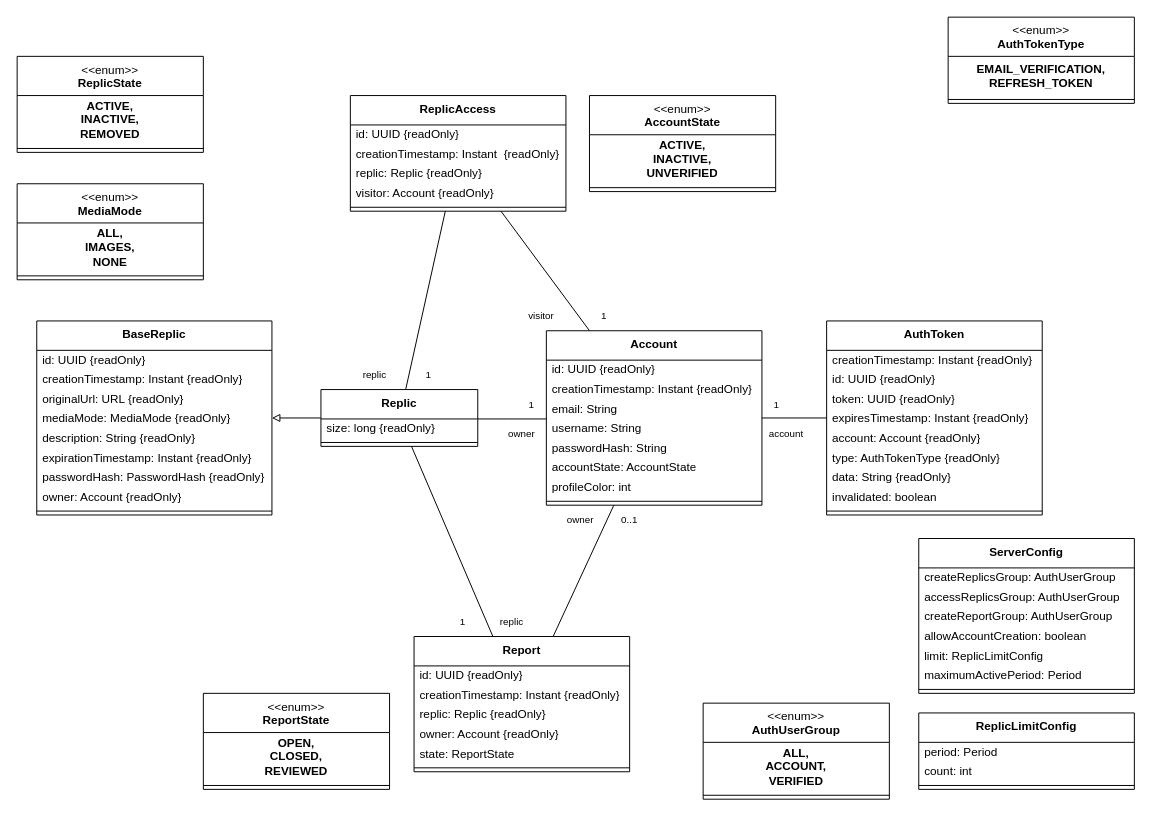
Above: content/drawio/class/server/domain-models.drawio in replic-read/design (draw.io), before the change. Source tidied: cells renumbered, new cells numbered last; positions are measured from the earlier drawing's top-left corner, leaving out a move shared by most shapes. Both pictures are drawn from the tidied source at 98%, with x=0, y=0 at pixel (17, 17).
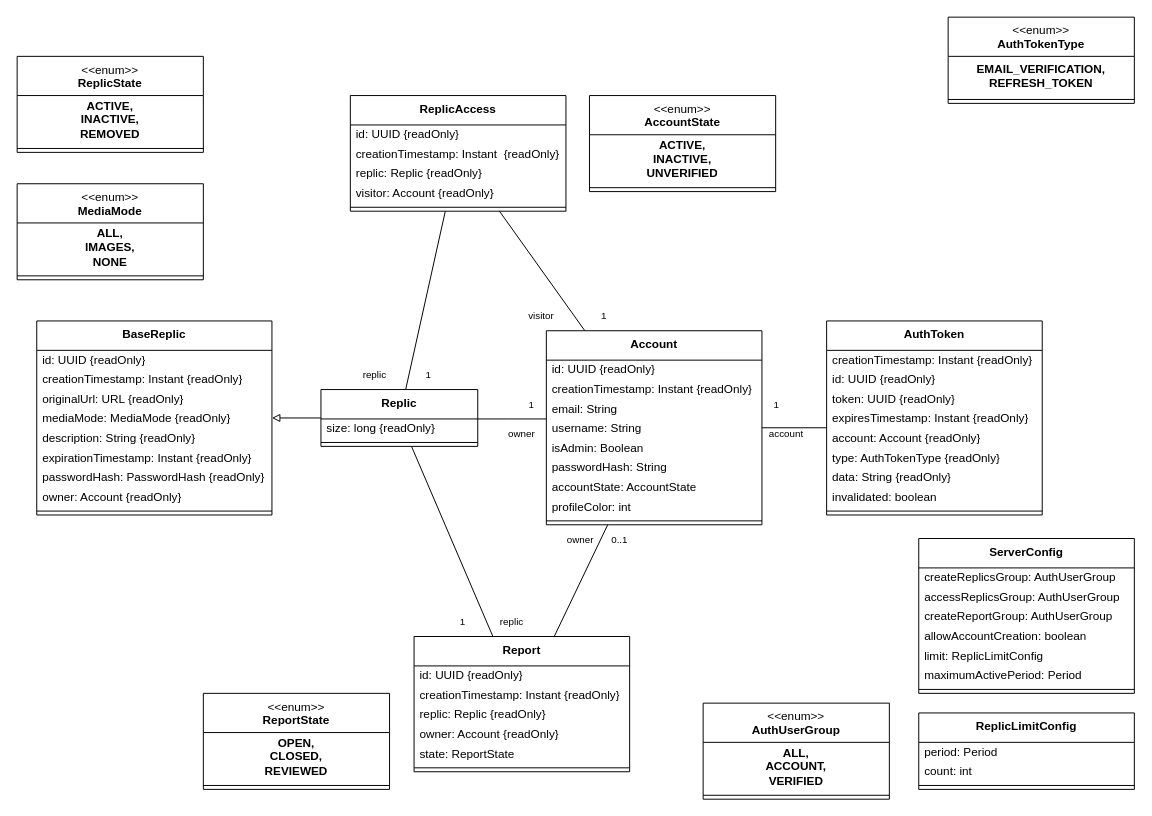
After the change.

What changed in the source:
```diff
@@
     <mxCell id="22" value="&lt;div&gt;&lt;b&gt;Account&lt;/b&gt;&lt;/div&gt;" style="swimlane;fontStyle=0;align=center;verticalAlign=top;horizontal=1;startSize=30;html=1;whiteSpace=wrap;" parent="1" vertex="1">
-      <mxGeometry x="540" y="320" width="220" height="178" as="geometry" />
+      <mxGeometry x="540" y="320" width="220" height="198" as="geometry" />
     </mxCell>
@@
+    <mxCell id="96" value="isAdmin: Boolean" style="text;html=1;strokeColor=none;fillColor=none;align=left;verticalAlign=middle;spacingLeft=4;spacingRight=4;overflow=hidden;whiteSpace=wrap;" parent="22" vertex="1">
+      <mxGeometry y="110" width="220" height="20" as="geometry" />
+    </mxCell>
     <mxCell id="27" value="passwordHash: String" style="text;html=1;strokeColor=none;fillColor=none;align=left;verticalAlign=middle;spacingLeft=4;spacingRight=4;overflow=hidden;whiteSpace=wrap;" parent="22" vertex="1">
-      <mxGeometry y="110" width="220" height="20" as="geometry" />
+      <mxGeometry y="130" width="220" height="20" as="geometry" />
     </mxCell>
     <mxCell id="28" value="accountState: AccountState" style="text;html=1;strokeColor=none;fillColor=none;align=left;verticalAlign=middle;spacingLeft=4;spacingRight=4;overflow=hidden;whiteSpace=wrap;" parent="22" vertex="1">
-      <mxGeometry y="130" width="220" height="20" as="geometry" />
+      <mxGeometry y="150" width="220" height="20" as="geometry" />
     </mxCell>
     <mxCell id="29" value="profileColor: int" style="text;html=1;strokeColor=none;fillColor=none;align=left;verticalAlign=middle;spacingLeft=4;spacingRight=4;overflow=hidden;whiteSpace=wrap;" parent="22" vertex="1">
-      <mxGeometry y="150" width="220" height="20" as="geometry" />
+      <mxGeometry y="170" width="220" height="20" as="geometry" />
     </mxCell>
     <mxCell id="30" style="line;strokeWidth=1;fillColor=none;align=left;verticalAlign=middle;spacingTop=-1;spacingLeft=3;spacingRight=3;labelPosition=right;" parent="22" vertex="1">
-      <mxGeometry y="170" width="220" height="8" as="geometry" />
+      <mxGeometry y="190" width="220" height="8" as="geometry" />
     </mxCell>
@@
     <mxCell id="79" value="0..1" style="text;html=1;align=center;verticalAlign=middle;whiteSpace=wrap;rounded=0;fontSize=10;" parent="1" vertex="1">
-      <mxGeometry x="610" y="498" width="30" height="30" as="geometry" />
+      <mxGeometry x="600" y="518" width="30" height="30" as="geometry" />
     </mxCell>
     <mxCell id="80" value="owner" style="text;html=1;align=center;verticalAlign=middle;whiteSpace=wrap;rounded=0;fontSize=10;" parent="1" vertex="1">
-      <mxGeometry x="550" y="498" width="50" height="30" as="geometry" />
+      <mxGeometry x="550" y="518" width="50" height="30" as="geometry" />
     </mxCell>
```
